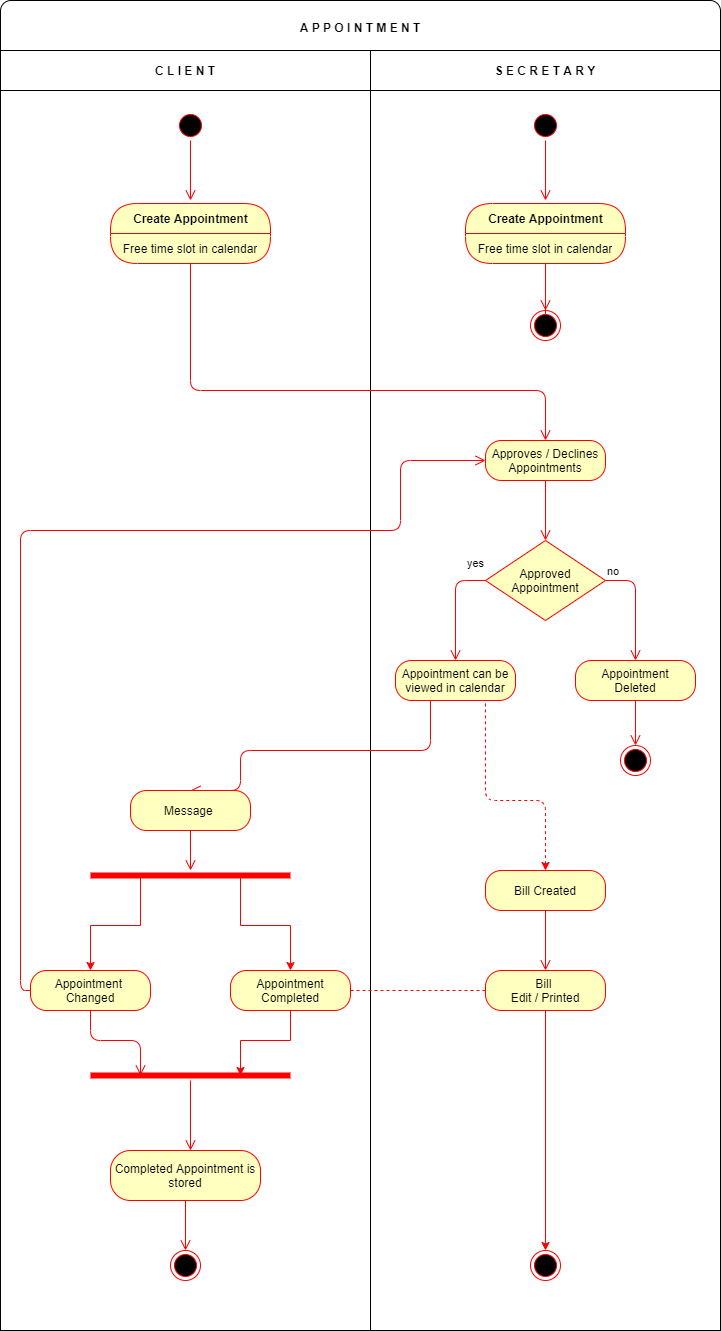
This is Diagrams/Activity Diagrams/Booking Appointment.png from kkasharaj17/SE-project, a draw.io export, as it was before one commit. Source tidied: cells renumbered, new cells last; positions are measured from the earlier drawing's top-left corner, leaving out a move shared by most shapes.
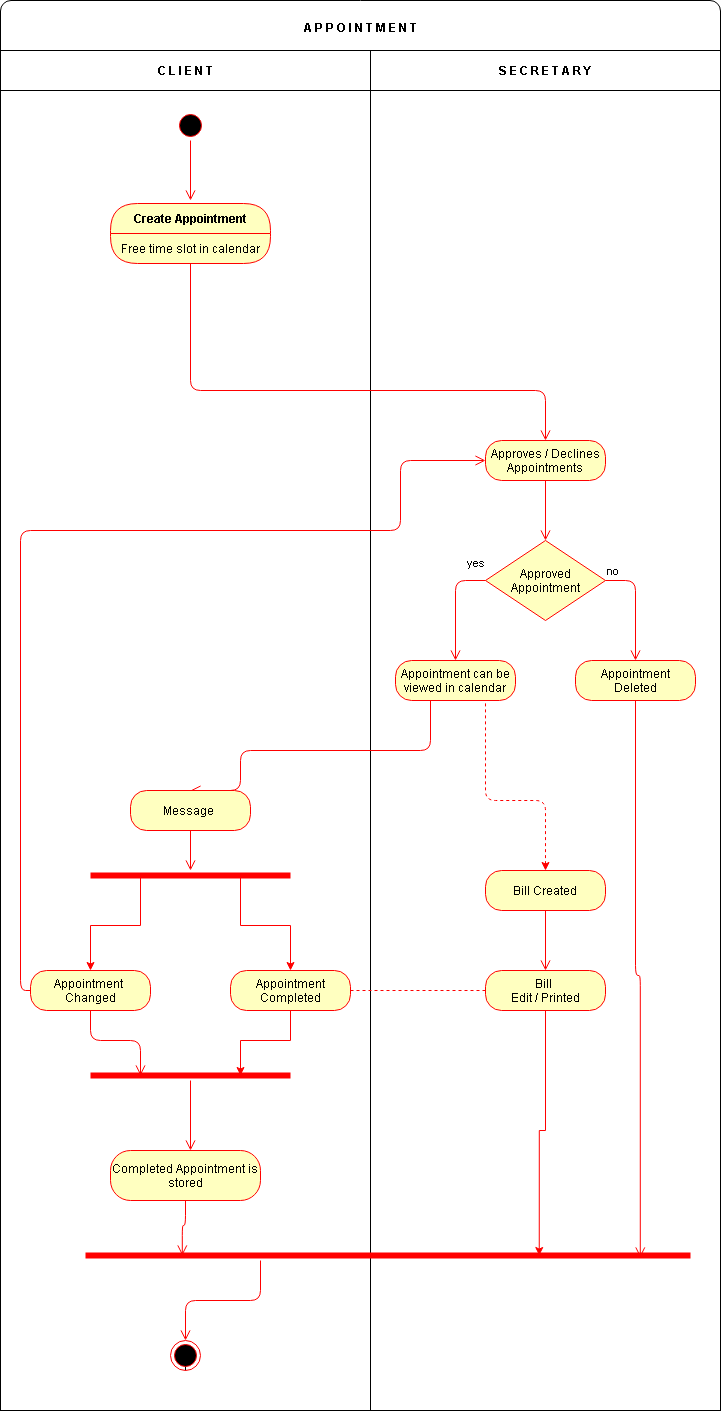
The same file after the commit.

The edit, as a diff of the source:
```diff
@@ -3,10 +3,10 @@
     <mxCell id="0" />
     <mxCell id="1" parent="0" />
     <mxCell id="2" style="rounded=0;whiteSpace=wrap;html=1;" parent="1" vertex="1">
-      <mxGeometry y="90" width="370" height="1240" as="geometry" />
+      <mxGeometry y="90" width="370" height="1320" as="geometry" />
     </mxCell>
     <mxCell id="3" style="rounded=0;whiteSpace=wrap;html=1;" parent="1" vertex="1">
-      <mxGeometry x="370" y="90" width="350" height="1240" as="geometry" />
+      <mxGeometry x="370" y="90" width="350" height="1320" as="geometry" />
     </mxCell>
     <mxCell id="4" value="&lt;b&gt;&lt;br&gt;A P P O I N T M E N T&lt;/b&gt;" style="rounded=1;whiteSpace=wrap;html=1;verticalAlign=top;" parent="1" vertex="1">
       <mxGeometry width="720" height="70" as="geometry" />
@@ -17,19 +17,6 @@
     <mxCell id="6" value="S E C R E T A R Y" style="rounded=0;whiteSpace=wrap;html=1;fontStyle=1;" parent="1" vertex="1">
       <mxGeometry x="370" y="50" width="350" height="40" as="geometry" />
     </mxCell>
-    <mxCell id="7" style="ellipse;html=1;shape=startState;fillColor=#000000;strokeColor=#ff0000;" parent="1" vertex="1">
-      <mxGeometry x="530" y="110" width="30" height="30" as="geometry" />
-    </mxCell>
-    <mxCell id="8" style="edgeStyle=orthogonalEdgeStyle;html=1;verticalAlign=bottom;endArrow=open;endSize=8;strokeColor=#ff0000;" parent="1" edge="1" source="7">
-      <mxGeometry relative="1" as="geometry">
-        <mxPoint x="545" y="200" as="targetPoint" />
-      </mxGeometry>
-    </mxCell>
-    <mxCell id="9" style="edgeStyle=orthogonalEdgeStyle;html=1;verticalAlign=bottom;endArrow=open;endSize=8;strokeColor=#ff0000;" parent="1" edge="1" source="13">
-      <mxGeometry relative="1" as="geometry">
-        <mxPoint x="545" y="323" as="targetPoint" />
-      </mxGeometry>
-    </mxCell>
     <mxCell id="10" style="ellipse;html=1;shape=startState;fillColor=#000000;strokeColor=#ff0000;" parent="1" vertex="1">
       <mxGeometry x="175" y="110" width="30" height="30" as="geometry" />
     </mxCell>
@@ -46,12 +33,6 @@
         </Array>
       </mxGeometry>
     </mxCell>
-    <mxCell id="13" style="ellipse;html=1;shape=endState;fillColor=#000000;strokeColor=#ff0000;" parent="1" vertex="1">
-      <mxGeometry x="530" y="310" width="30" height="30" as="geometry" />
-    </mxCell>
-    <mxCell id="14" style="edgeStyle=orthogonalEdgeStyle;html=1;verticalAlign=bottom;endArrow=open;endSize=8;strokeColor=#ff0000;" parent="1" edge="1" source="49" target="13">
-      <mxGeometry relative="1" as="geometry" />
-    </mxCell>
     <mxCell id="15" value="Approves / Declines&lt;br&gt;Appointments" style="rounded=1;whiteSpace=wrap;html=1;arcSize=40;fontColor=#000000;fillColor=#ffffc0;strokeColor=#ff0000;" parent="1" vertex="1">
       <mxGeometry x="485" y="440" width="120" height="40" as="geometry" />
     </mxCell>
@@ -79,7 +60,7 @@
     <mxCell id="20" value="Appointment&lt;br&gt;Deleted" style="rounded=1;whiteSpace=wrap;html=1;arcSize=40;fontColor=#000000;fillColor=#ffffc0;strokeColor=#ff0000;" parent="1" vertex="1">
       <mxGeometry x="575" y="660" width="120" height="40" as="geometry" />
     </mxCell>
-    <mxCell id="21" style="edgeStyle=orthogonalEdgeStyle;html=1;verticalAlign=bottom;endArrow=open;endSize=8;strokeColor=#ff0000;" parent="1" edge="1" source="20" target="26">
+    <mxCell id="21" style="edgeStyle=orthogonalEdgeStyle;html=1;verticalAlign=bottom;endArrow=open;endSize=8;strokeColor=#ff0000;entryX=0.917;entryY=0.7;entryDx=0;entryDy=0;entryPerimeter=0;" parent="1" edge="1" source="20" target="52">
       <mxGeometry relative="1" as="geometry" />
     </mxCell>
     <mxCell id="22" value="Appointment can be viewed in calendar" style="rounded=1;whiteSpace=wrap;html=1;arcSize=40;fontColor=#000000;fillColor=#ffffc0;strokeColor=#ff0000;" parent="1" vertex="1">
@@ -101,9 +82,6 @@
         <mxPoint x="190" y="870" as="targetPoint" />
       </mxGeometry>
     </mxCell>
-    <mxCell id="26" style="ellipse;html=1;shape=endState;fillColor=#000000;strokeColor=#ff0000;" parent="1" vertex="1">
-      <mxGeometry x="620" y="745" width="30" height="30" as="geometry" />
-    </mxCell>
     <mxCell id="27" style="edgeStyle=orthogonalEdgeStyle;rounded=0;jettySize=auto;html=1;exitX=0.75;exitY=0.5;exitDx=0;exitDy=0;exitPerimeter=0;entryX=0.5;entryY=0;entryDx=0;entryDy=0;strokeColor=#FF0000;" parent="1" edge="1" source="31" target="38">
       <mxGeometry relative="1" as="geometry" />
     </mxCell>
@@ -125,7 +103,7 @@
     <mxCell id="33" style="edgeStyle=orthogonalEdgeStyle;html=1;verticalAlign=bottom;endArrow=open;endSize=8;strokeColor=#ff0000;entryX=0.5;entryY=0;entryDx=0;entryDy=0;" parent="1" edge="1" source="32" target="35">
       <mxGeometry relative="1" as="geometry" />
     </mxCell>
-    <mxCell id="34" style="edgeStyle=orthogonalEdgeStyle;rounded=0;jettySize=auto;html=1;exitX=0.5;exitY=1;exitDx=0;exitDy=0;entryX=0.5;entryY=0;entryDx=0;entryDy=0;startArrow=none;startFill=0;strokeColor=#FF0000;" parent="1" edge="1" source="35" target="46">
+    <mxCell id="34" style="edgeStyle=orthogonalEdgeStyle;rounded=0;jettySize=auto;html=1;exitX=0.5;exitY=1;exitDx=0;exitDy=0;entryX=0.75;entryY=0.5;entryDx=0;entryDy=0;startArrow=none;startFill=0;strokeColor=#FF0000;entryPerimeter=0;" parent="1" edge="1" source="35" target="52">
       <mxGeometry relative="1" as="geometry" />
     </mxCell>
     <mxCell id="35" value="Bill &lt;br&gt;Edit / Printed" style="rounded=1;whiteSpace=wrap;html=1;arcSize=40;fontColor=#000000;fillColor=#ffffc0;strokeColor=#ff0000;" parent="1" vertex="1">
@@ -164,17 +142,17 @@
     <mxCell id="43" value="Completed Appointment is stored" style="rounded=1;whiteSpace=wrap;html=1;arcSize=40;fontColor=#000000;fillColor=#ffffc0;strokeColor=#ff0000;" parent="1" vertex="1">
       <mxGeometry x="110" y="1150" width="150" height="50" as="geometry" />
     </mxCell>
-    <mxCell id="44" style="edgeStyle=orthogonalEdgeStyle;html=1;verticalAlign=bottom;endArrow=open;endSize=8;strokeColor=#ff0000;" parent="1" edge="1" source="43">
-      <mxGeometry relative="1" as="geometry">
-        <mxPoint x="185" y="1250" as="targetPoint" />
-      </mxGeometry>
+    <mxCell id="44" style="edgeStyle=orthogonalEdgeStyle;html=1;verticalAlign=bottom;endArrow=open;endSize=8;strokeColor=#ff0000;entryX=0.16;entryY=0.5;entryDx=0;entryDy=0;entryPerimeter=0;" parent="1" edge="1" source="43" target="52">
+      <mxGeometry relative="1" as="geometry" />
     </mxCell>
+    <mxCell id="51" style="edgeStyle=orthogonalEdgeStyle;rounded=0;jettySize=auto;html=1;exitX=0.5;exitY=1;exitDx=0;exitDy=0;" parent="1" edge="1" source="45">
+      <mxGeometry relative="1" as="geometry">
+        <mxPoint x="185" y="1350" as="targetPoint" />
+      </mxGeometry>
+    </mxCell>
     <mxCell id="45" style="ellipse;html=1;shape=endState;fillColor=#000000;strokeColor=#ff0000;" parent="1" vertex="1">
-      <mxGeometry x="170" y="1250" width="30" height="30" as="geometry" />
+      <mxGeometry x="170" y="1340" width="30" height="30" as="geometry" />
     </mxCell>
-    <mxCell id="46" style="ellipse;html=1;shape=endState;fillColor=#000000;strokeColor=#ff0000;" parent="1" vertex="1">
-      <mxGeometry x="530" y="1250" width="30" height="30" as="geometry" />
-    </mxCell>
     <mxCell id="47" value="Appointment&amp;nbsp;&lt;br&gt;Changed" style="rounded=1;whiteSpace=wrap;html=1;arcSize=40;fontColor=#000000;fillColor=#ffffc0;strokeColor=#ff0000;" parent="1" vertex="1">
       <mxGeometry x="30" y="970" width="120" height="40" as="geometry" />
     </mxCell>
@@ -186,11 +164,16 @@
         </Array>
       </mxGeometry>
     </mxCell>
-    <mxCell id="49" value="Create Appointment" style="swimlane;html=1;fontStyle=1;align=center;verticalAlign=middle;horizontal=1;startSize=30;fontColor=#000000;rounded=1;arcSize=30;strokeColor=#ff0000;fillColor=#ffffc0;swimlaneFillColor=#ffffc0;" parent="1" vertex="1">
-      <mxGeometry x="465" y="203" width="160" height="60" as="geometry" />
-    </mxCell>
-    <mxCell id="50" value="Free time slot in calendar" style="text;html=1;strokeColor=none;fillColor=none;align=center;verticalAlign=middle;spacingLeft=4;spacingRight=4;whiteSpace=wrap;overflow=hidden;fontColor=#000000;" parent="49" vertex="1">
-      <mxGeometry y="30" width="160" height="30" as="geometry" />
-    </mxCell>
+    <mxCell id="52" style="shape=line;html=1;strokeWidth=6;strokeColor=#ff0000;" parent="1" vertex="1">
+      <mxGeometry x="85" y="1250" width="605" height="10" as="geometry" />
+    </mxCell>
+    <mxCell id="53" style="edgeStyle=orthogonalEdgeStyle;html=1;verticalAlign=bottom;endArrow=open;endSize=8;strokeColor=#ff0000;entryX=0.5;entryY=0;entryDx=0;entryDy=0;" parent="1" edge="1" source="52" target="45">
+      <mxGeometry relative="1" as="geometry">
+        <Array as="points">
+          <mxPoint x="260" y="1300" />
+          <mxPoint x="185" y="1300" />
+        </Array>
+      </mxGeometry>
+    </mxCell>
   </root>
 </mxGraphModel>
```
